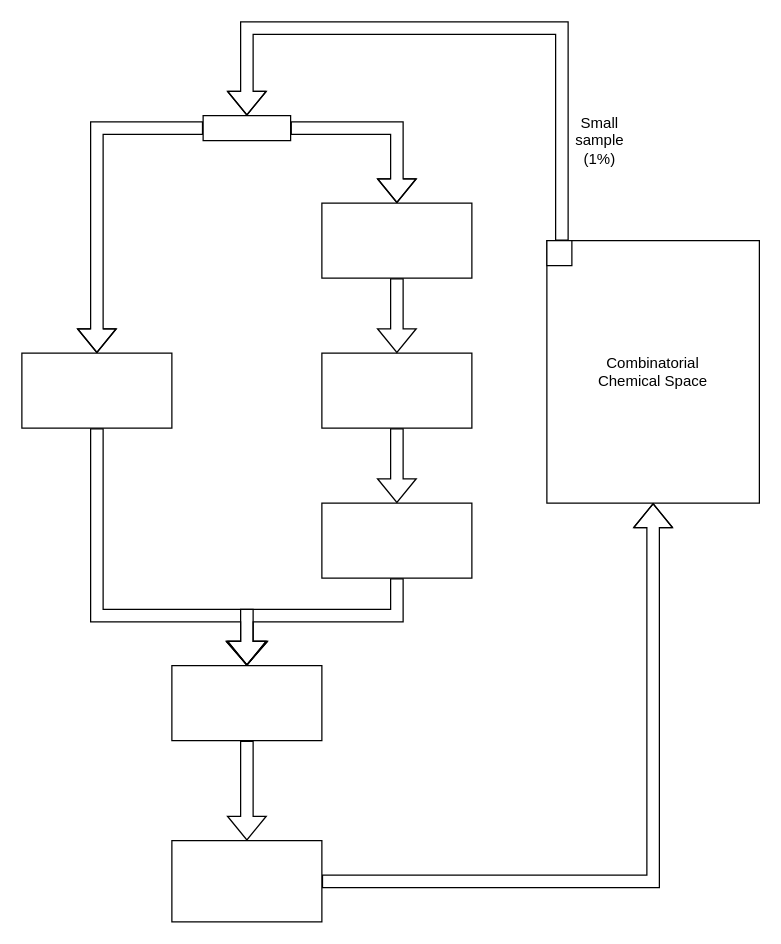
Earlier version of the draw.io diagram Untitled Diagram.drawio (pingshiyu/hello-world). Source tidied: cells renumbered, new cells numbered last; positions are measured from the earlier drawing's top-left corner, leaving out a move shared by most shapes. Both pictures are drawn from the tidied source at 125%, with x=0, y=0 at pixel (21, 28).
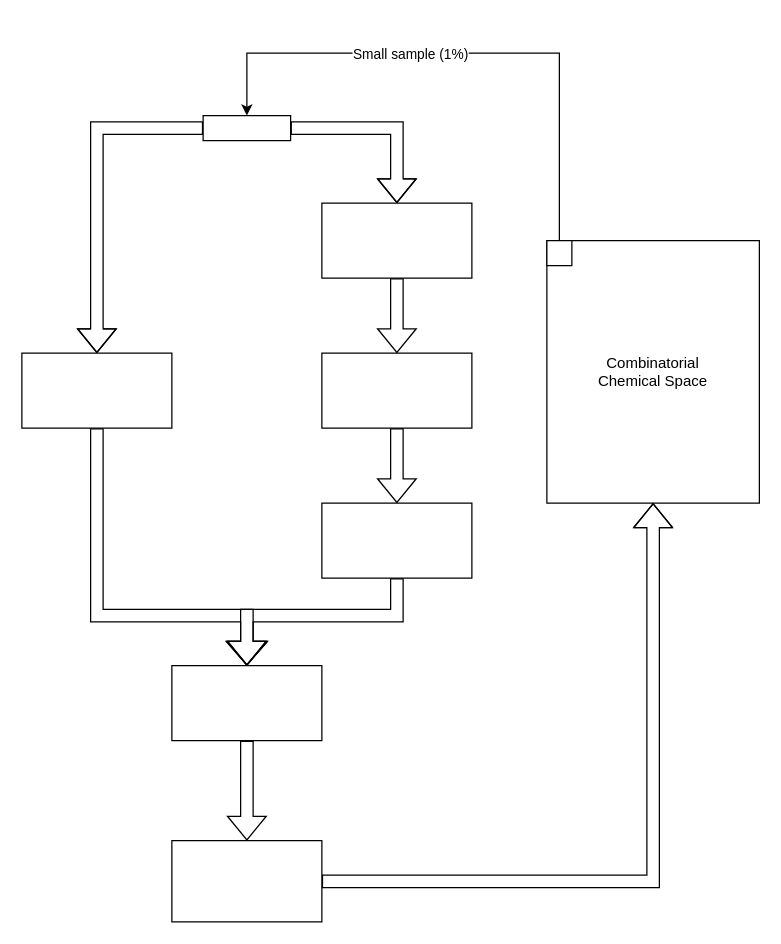
After the change.

Commit message (it also covers changes not shown here):
Automated Screening Diagram

The change refers to these unchanged cells:
```xml
<mxCell id="3" style="rounded=0;whiteSpace=wrap;html=1;" parent="1" vertex="1">
  <mxGeometry x="420" y="170" width="20" height="20" as="geometry" />
</mxCell>
<mxCell id="8" style="rounded=0;whiteSpace=wrap;html=1;" parent="1" vertex="1">
  <mxGeometry x="145" y="70" width="70" height="20" as="geometry" />
</mxCell>
```

Change to the diagram source:
```diff
@@
-    <mxCell id="4" style="group;" parent="1" vertex="1">
-      <mxGeometry x="350" y="40" width="82" height="40" as="geometry" />
-    </mxCell>
-    <mxCell id="5" style="edgeStyle=orthogonalEdgeStyle;shape=flexArrow;rounded=0;jettySize=auto;html=1;entryX=0.5;entryY=0;entryDx=0;entryDy=0;" parent="4" edge="1" target="8">
-      <mxGeometry relative="1" as="geometry">
-        <mxPoint x="82" y="130" as="sourcePoint" />
-        <Array as="points">
-          <mxPoint x="82" y="-40" />
-          <mxPoint x="-170" y="-40" />
-        </Array>
-      </mxGeometry>
-    </mxCell>
@@
+    <mxCell id="22" style="endArrow=classic;html=1;exitX=0.5;exitY=0;exitDx=0;exitDy=0;entryX=0.5;entryY=0;entryDx=0;entryDy=0;rounded=0;" parent="1" edge="1" source="3" target="8">
+      <mxGeometry relative="1" as="geometry">
+        <Array as="points">
+          <mxPoint x="430" y="20" />
+          <mxPoint x="180" y="20" />
+        </Array>
+      </mxGeometry>
+    </mxCell>
-    <mxCell id="21" value="Small sample (1%)" style="rounded=0;whiteSpace=wrap;html=1;fillColor=none;strokeColor=none;" parent="1" vertex="1">
-      <mxGeometry x="440" y="80" width="45" height="20" as="geometry" />
+    <mxCell id="21" value="Small sample (1%)" style="edgeLabel;html=1;align=center;verticalAlign=middle;" parent="22" vertex="1">
+      <mxGeometry relative="1" as="geometry">
+        <mxPoint x="-45" as="offset" />
+      </mxGeometry>
     </mxCell>
```
